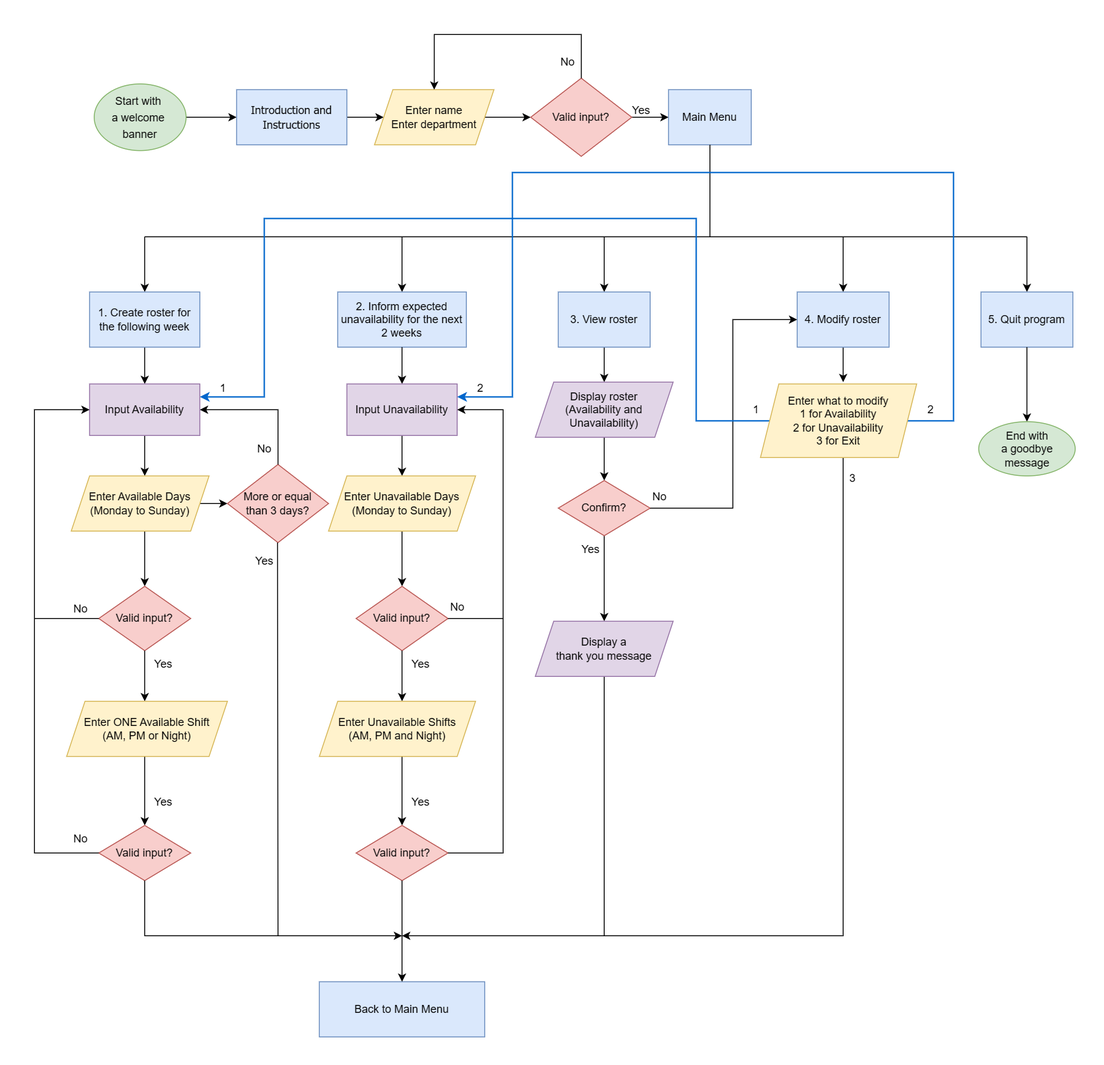
Earlier version of the draw.io export docs/ControlFlowDiagram.png (ellenpham/RosterBoard-TerminalApp). Source tidied: cells renumbered, new cells last; positions are measured from the earlier drawing's top-left corner, leaving out a move shared by most shapes.
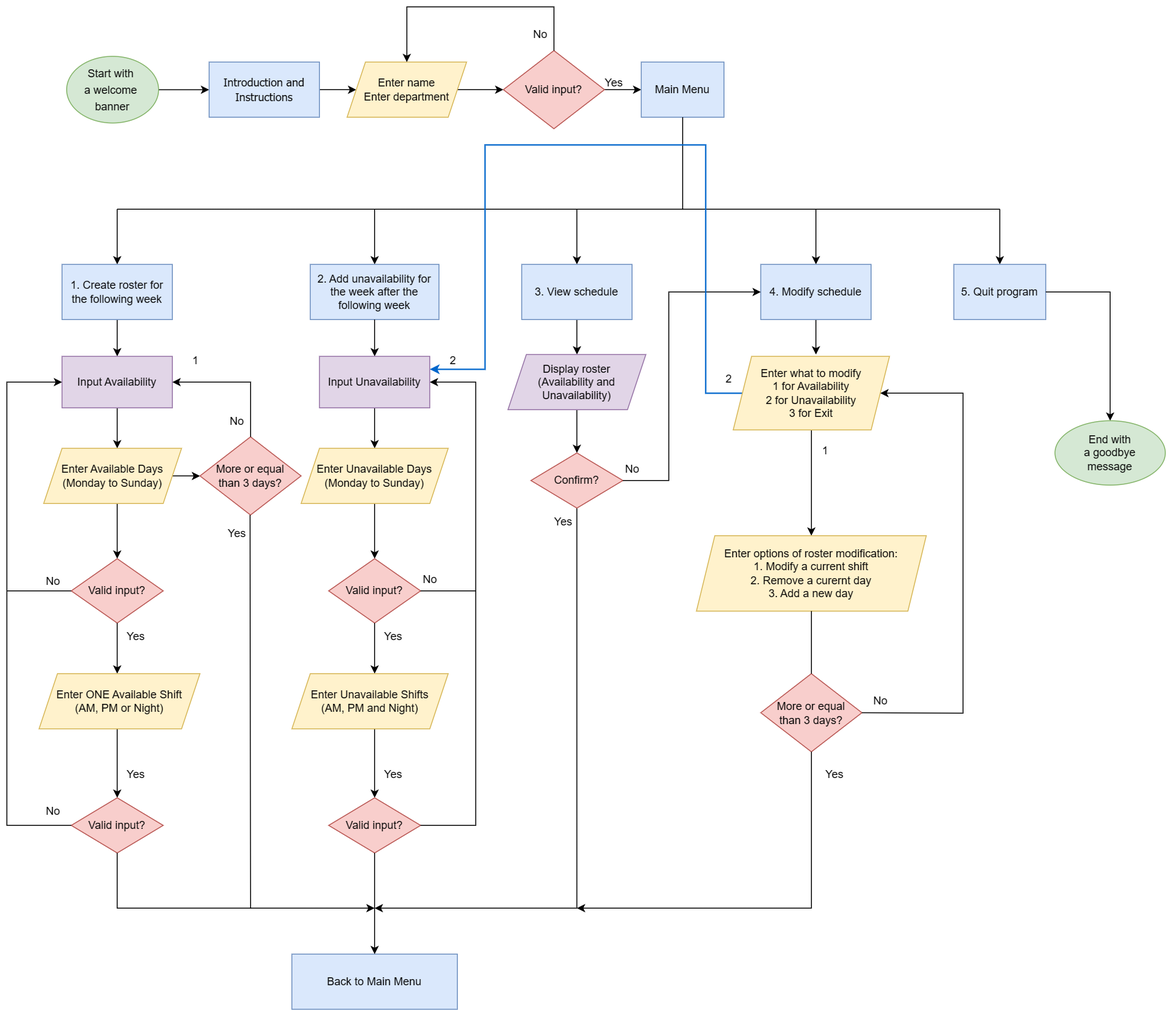
Later version of the same file.

Commit message:
Updated Control Flow Diagram

Diff of the diagram source:
```diff
@@ -95,7 +95,7 @@
         <mxPoint x="400" y="220" as="sourcePoint" />
       </mxGeometry>
     </mxCell>
-    <mxCell id="26" value="2. Inform expected unavailability for the next 2 weeks" style="rounded=0;whiteSpace=wrap;html=1;fillColor=#dae8fc;strokeColor=#6c8ebf;" parent="1" vertex="1">
+    <mxCell id="26" value="2. Add unavailability for the week after the following week" style="rounded=0;whiteSpace=wrap;html=1;fillColor=#dae8fc;strokeColor=#6c8ebf;" parent="1" vertex="1">
       <mxGeometry x="330" y="280" width="140" height="60" as="geometry" />
     </mxCell>
     <mxCell id="27" style="endArrow=classic;html=1;rounded=0;exitX=0.5;exitY=1;exitDx=0;exitDy=0;" parent="1" edge="1" source="26">
@@ -129,8 +129,8 @@
     <mxCell id="33" style="edgeStyle=orthogonalEdgeStyle;rounded=0;jettySize=auto;html=1;" parent="1" edge="1" source="34" target="36">
       <mxGeometry relative="1" as="geometry" />
     </mxCell>
-    <mxCell id="34" value="3. View roster" style="rounded=0;whiteSpace=wrap;html=1;fillColor=#dae8fc;strokeColor=#6c8ebf;" parent="1" vertex="1">
-      <mxGeometry x="570" y="280" width="100" height="60" as="geometry" />
+    <mxCell id="34" value="3. View schedule" style="rounded=0;whiteSpace=wrap;html=1;fillColor=#dae8fc;strokeColor=#6c8ebf;" parent="1" vertex="1">
+      <mxGeometry x="560" y="280" width="120" height="60" as="geometry" />
     </mxCell>
     <mxCell id="35" style="edgeStyle=orthogonalEdgeStyle;rounded=0;jettySize=auto;html=1;" parent="1" edge="1" source="36" target="38">
       <mxGeometry relative="1" as="geometry" />
@@ -138,8 +138,14 @@
     <mxCell id="36" value="Display roster&lt;br&gt;(Availability and Unavailability)" style="shape=parallelogram;perimeter=parallelogramPerimeter;whiteSpace=wrap;html=1;fixedSize=1;rounded=0;fillColor=#e1d5e7;strokeColor=#9673a6;" parent="1" vertex="1">
       <mxGeometry x="545" y="378" width="150" height="60" as="geometry" />
     </mxCell>
-    <mxCell id="37" style="edgeStyle=orthogonalEdgeStyle;rounded=0;jettySize=auto;html=1;" parent="1" edge="1" source="38" target="77">
-      <mxGeometry relative="1" as="geometry" />
+    <mxCell id="37" style="edgeStyle=orthogonalEdgeStyle;rounded=0;jettySize=auto;html=1;" parent="1" edge="1" source="38">
+      <mxGeometry relative="1" as="geometry">
+        <mxPoint x="400" y="980" as="targetPoint" />
+        <Array as="points">
+          <mxPoint x="620" y="980" />
+          <mxPoint x="460" y="980" />
+        </Array>
+      </mxGeometry>
     </mxCell>
     <mxCell id="38" value="Confirm?" style="rhombus;whiteSpace=wrap;html=1;rounded=0;fillColor=#f8cecc;strokeColor=#b85450;" parent="1" vertex="1">
       <mxGeometry x="570" y="485" width="100" height="60" as="geometry" />
@@ -244,41 +250,26 @@
         <mxPoint x="880" y="378" as="targetPoint" />
       </mxGeometry>
     </mxCell>
-    <mxCell id="62" value="4. Modify roster" style="rounded=0;whiteSpace=wrap;html=1;fillColor=#dae8fc;strokeColor=#6c8ebf;" parent="1" vertex="1">
-      <mxGeometry x="830" y="280" width="100" height="60" as="geometry" />
+    <mxCell id="62" value="4. Modify schedule" style="rounded=0;whiteSpace=wrap;html=1;fillColor=#dae8fc;strokeColor=#6c8ebf;" parent="1" vertex="1">
+      <mxGeometry x="820" y="280" width="120" height="60" as="geometry" />
     </mxCell>
     <mxCell id="63" style="endArrow=classic;html=1;rounded=0;exitX=1;exitY=0.5;exitDx=0;exitDy=0;entryX=0;entryY=0.5;entryDx=0;entryDy=0;" parent="1" edge="1" source="38" target="62">
       <mxGeometry relative="1" as="geometry">
         <Array as="points">
-          <mxPoint x="760" y="515" />
-          <mxPoint x="760" y="310" />
+          <mxPoint x="720" y="515" />
+          <mxPoint x="720" y="310" />
         </Array>
       </mxGeometry>
     </mxCell>
     <mxCell id="64" value="No" style="text;html=1;align=center;verticalAlign=middle;strokeColor=none;fillColor=none;" parent="1" vertex="1">
       <mxGeometry x="660" y="488" width="40" height="30" as="geometry" />
     </mxCell>
-    <mxCell id="65" style="endArrow=classic;html=1;rounded=0;strokeColor=#0066CC;strokeWidth=1.5;entryX=1;entryY=0.25;entryDx=0;entryDy=0;" parent="1" edge="1" target="18">
-      <mxGeometry relative="1" as="geometry">
-        <mxPoint x="810" y="420" as="sourcePoint" />
-        <Array as="points">
-          <mxPoint x="720" y="420" />
-          <mxPoint x="720" y="200" />
-          <mxPoint x="470" y="200" />
-          <mxPoint x="250" y="200" />
-          <mxPoint x="250" y="394" />
-        </Array>
-      </mxGeometry>
-    </mxCell>
-    <mxCell id="66" value="1" style="text;html=1;align=center;verticalAlign=middle;strokeColor=none;fillColor=none;" parent="1" vertex="1">
-      <mxGeometry x="770" y="393" width="30" height="30" as="geometry" />
-    </mxCell>
-    <mxCell id="67" style="endArrow=classic;html=1;entryX=1;entryY=0.25;entryDx=0;entryDy=0;rounded=0;strokeColor=#0066CC;strokeWidth=1.5;" parent="1" edge="1" target="29">
+    <mxCell id="67" style="endArrow=classic;html=1;entryX=1;entryY=0.25;entryDx=0;entryDy=0;rounded=0;strokeColor=#0066CC;strokeWidth=1.5;exitX=0;exitY=0.5;exitDx=0;exitDy=0;" parent="1" edge="1" source="87" target="29">
       <mxGeometry relative="1" as="geometry">
-        <mxPoint x="950" y="420" as="sourcePoint" />
         <Array as="points">
-          <mxPoint x="1000" y="420" />
-          <mxPoint x="1000" y="150" />
+          <mxPoint x="760" y="420" />
+          <mxPoint x="760" y="260" />
+          <mxPoint x="760" y="150" />
           <mxPoint x="520" y="150" />
           <mxPoint x="520" y="394" />
         </Array>
@@ -297,7 +288,7 @@
       <mxGeometry x="560" y="15" width="40" height="30" as="geometry" />
     </mxCell>
     <mxCell id="70" value="2" style="text;html=1;align=center;verticalAlign=middle;strokeColor=none;fillColor=none;" parent="1" vertex="1">
-      <mxGeometry x="960" y="393" width="30" height="30" as="geometry" />
+      <mxGeometry x="770" y="390" width="30" height="30" as="geometry" />
     </mxCell>
     <mxCell id="71" value="1" style="text;html=1;align=center;verticalAlign=middle;strokeColor=none;fillColor=none;" parent="1" vertex="1">
       <mxGeometry x="190" y="370" width="30" height="30" as="geometry" />
@@ -305,15 +296,6 @@
     <mxCell id="72" value="2" style="text;html=1;align=center;verticalAlign=middle;strokeColor=none;fillColor=none;" parent="1" vertex="1">
       <mxGeometry x="470" y="370" width="30" height="30" as="geometry" />
     </mxCell>
-    <mxCell id="73" style="endArrow=classic;html=1;rounded=0;exitX=0.5;exitY=1;exitDx=0;exitDy=0;" parent="1" edge="1">
-      <mxGeometry relative="1" as="geometry">
-        <mxPoint x="880" y="458" as="sourcePoint" />
-        <mxPoint x="400" y="980" as="targetPoint" />
-        <Array as="points">
-          <mxPoint x="880" y="980" />
-        </Array>
-      </mxGeometry>
-    </mxCell>
     <mxCell id="74" style="endArrow=none;html=1;rounded=0;" parent="1" edge="1">
       <mxGeometry relative="1" as="geometry">
         <mxPoint x="264.5" y="552.5" as="sourcePoint" />
@@ -323,17 +305,6 @@
     <mxCell id="75" value="Yes" style="text;html=1;align=center;verticalAlign=middle;strokeColor=none;fillColor=none;" parent="1" vertex="1">
       <mxGeometry x="230" y="558" width="40" height="30" as="geometry" />
     </mxCell>
-    <mxCell id="76" style="endArrow=none;html=1;rounded=0;entryX=0.5;entryY=1;entryDx=0;entryDy=0;" parent="1" edge="1" target="77">
-      <mxGeometry relative="1" as="geometry">
-        <mxPoint x="620" y="980" as="sourcePoint" />
-      </mxGeometry>
-    </mxCell>
-    <mxCell id="77" value="Display a &lt;br&gt;thank you message" style="shape=parallelogram;perimeter=parallelogramPerimeter;whiteSpace=wrap;html=1;fixedSize=1;fillColor=#e1d5e7;strokeColor=#9673a6;" parent="1" vertex="1">
-      <mxGeometry x="545" y="638" width="150" height="60" as="geometry" />
-    </mxCell>
-    <mxCell id="78" value="3" style="text;html=1;align=center;verticalAlign=middle;strokeColor=none;fillColor=none;" parent="1" vertex="1">
-      <mxGeometry x="875" y="468" width="30" height="30" as="geometry" />
-    </mxCell>
     <mxCell id="79" style="endArrow=classic;html=1;rounded=0;" parent="1" edge="1">
       <mxGeometry relative="1" as="geometry">
         <mxPoint x="1080" y="220" as="sourcePoint" />
@@ -343,11 +314,15 @@
     <mxCell id="80" value="5. Quit program" style="rounded=0;whiteSpace=wrap;html=1;fillColor=#dae8fc;strokeColor=#6c8ebf;" parent="1" vertex="1">
       <mxGeometry x="1030" y="280" width="100" height="60" as="geometry" />
     </mxCell>
-    <mxCell id="81" style="endArrow=classic;html=1;rounded=0;exitX=0.5;exitY=1;exitDx=0;exitDy=0;" parent="1" edge="1" source="80" target="82">
-      <mxGeometry relative="1" as="geometry" />
+    <mxCell id="81" style="endArrow=classic;html=1;rounded=0;exitX=1;exitY=0.5;exitDx=0;exitDy=0;" parent="1" edge="1" source="80" target="82">
+      <mxGeometry relative="1" as="geometry">
+        <Array as="points">
+          <mxPoint x="1200" y="310" />
+        </Array>
+      </mxGeometry>
     </mxCell>
     <mxCell id="82" value="End with &lt;br&gt;a goodbye &lt;br&gt;message" style="ellipse;whiteSpace=wrap;html=1;fillColor=#d5e8d4;strokeColor=#82b366;" parent="1" vertex="1">
-      <mxGeometry x="1027.5" y="421" width="105" height="59" as="geometry" />
+      <mxGeometry x="1140" y="450" width="120" height="70" as="geometry" />
     </mxCell>
     <mxCell id="83" value="Enter Available Days&lt;br style=&quot;border-color: var(--border-color);&quot;&gt;(Monday to Sunday)" style="shape=parallelogram;perimeter=parallelogramPerimeter;whiteSpace=wrap;html=1;fixedSize=1;fillColor=#fff2cc;strokeColor=#d6b656;" parent="1" vertex="1">
       <mxGeometry x="40" y="480" width="150" height="60" as="geometry" />
@@ -361,8 +336,45 @@
     <mxCell id="86" value="Enter Unavailable Days (Monday to Sunday)" style="shape=parallelogram;perimeter=parallelogramPerimeter;whiteSpace=wrap;html=1;fixedSize=1;fillColor=#fff2cc;strokeColor=#d6b656;" parent="1" vertex="1">
       <mxGeometry x="320" y="480" width="160" height="60" as="geometry" />
     </mxCell>
+    <mxCell id="88" style="edgeStyle=orthogonalEdgeStyle;rounded=0;jettySize=auto;html=1;" parent="1" edge="1" source="87" target="89">
+      <mxGeometry relative="1" as="geometry" />
+    </mxCell>
     <mxCell id="87" value="Enter what to modify&lt;br style=&quot;border-color: var(--border-color);&quot;&gt;1 for Availability&lt;br style=&quot;border-color: var(--border-color);&quot;&gt;2 for Unavailability&lt;br style=&quot;border-color: var(--border-color);&quot;&gt;3 for Exit" style="shape=parallelogram;perimeter=parallelogramPerimeter;whiteSpace=wrap;html=1;fixedSize=1;fillColor=#fff2cc;strokeColor=#d6b656;" parent="1" vertex="1">
       <mxGeometry x="790" y="380" width="170" height="80" as="geometry" />
     </mxCell>
+    <mxCell id="89" value="Enter options of roster modification:&lt;br&gt;1. Modify a current shift&lt;br&gt;2. Remove a curernt day&lt;br&gt;3. Add a new day" style="shape=parallelogram;perimeter=parallelogramPerimeter;whiteSpace=wrap;html=1;fixedSize=1;fillColor=#fff2cc;strokeColor=#d6b656;" parent="1" vertex="1">
+      <mxGeometry x="750" y="575" width="250" height="82" as="geometry" />
+    </mxCell>
+    <mxCell id="90" value="More or equal &lt;br&gt;than 3 days?" style="rhombus;whiteSpace=wrap;html=1;rounded=0;fillColor=#f8cecc;strokeColor=#b85450;" parent="1" vertex="1">
+      <mxGeometry x="820" y="725" width="110" height="85" as="geometry" />
+    </mxCell>
+    <mxCell id="91" style="endArrow=none;html=1;rounded=0;exitX=0.5;exitY=0;exitDx=0;exitDy=0;entryX=0.5;entryY=1;entryDx=0;entryDy=0;" parent="1" edge="1" source="90" target="89">
+      <mxGeometry relative="1" as="geometry" />
+    </mxCell>
+    <mxCell id="92" style="endArrow=classic;html=1;rounded=0;exitX=0.5;exitY=1;exitDx=0;exitDy=0;" parent="1" edge="1" source="90">
+      <mxGeometry relative="1" as="geometry">
+        <mxPoint x="620" y="980" as="targetPoint" />
+        <Array as="points">
+          <mxPoint x="875" y="980" />
+        </Array>
+      </mxGeometry>
+    </mxCell>
+    <mxCell id="93" style="endArrow=classic;html=1;rounded=0;exitX=1;exitY=0.5;exitDx=0;exitDy=0;entryX=1;entryY=0.5;entryDx=0;entryDy=0;" parent="1" edge="1" source="90" target="87">
+      <mxGeometry relative="1" as="geometry">
+        <Array as="points">
+          <mxPoint x="1040" y="768" />
+          <mxPoint x="1040" y="420" />
+        </Array>
+      </mxGeometry>
+    </mxCell>
+    <mxCell id="94" value="Yes" style="text;html=1;align=center;verticalAlign=middle;strokeColor=none;fillColor=none;" parent="1" vertex="1">
+      <mxGeometry x="880" y="820" width="40" height="30" as="geometry" />
+    </mxCell>
+    <mxCell id="95" value="No" style="text;html=1;align=center;verticalAlign=middle;strokeColor=none;fillColor=none;" parent="1" vertex="1">
+      <mxGeometry x="930" y="740" width="40" height="30" as="geometry" />
+    </mxCell>
+    <mxCell id="66" value="1" style="text;html=1;align=center;verticalAlign=middle;strokeColor=none;fillColor=none;" parent="1" vertex="1">
+      <mxGeometry x="875" y="467.5" width="30" height="30" as="geometry" />
+    </mxCell>
   </root>
 </mxGraphModel>
```
